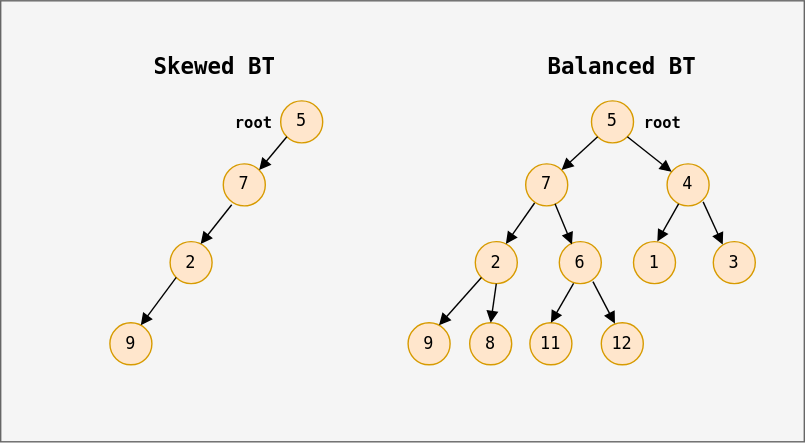
datkumar/code-journal keeps this draw.io diagram as public/diagrams/skew-n-balanced-bt.svg. Above is the earlier version. Source tidied: cells renumbered, new cells last; positions are measured from the earlier drawing's top-left corner, leaving out a move shared by most shapes. The source it was exported from:
```xml
<mxGraphModel>
  <root>
    <mxCell id="0" />
    <mxCell id="1" parent="0" />
    <mxCell id="2" style="rounded=0;whiteSpace=wrap;html=1;fillColor=#f5f5f5;fontColor=#000000;strokeColor=#666666;fontFamily=monospace;" parent="1" vertex="1">
      <mxGeometry width="574" height="315" as="geometry" />
    </mxCell>
    <mxCell id="3" value="5" style="ellipse;whiteSpace=wrap;html=1;fillColor=#ffe6cc;strokeColor=#d79b00;fontFamily=monospace;fontColor=#000000;" parent="1" vertex="1">
      <mxGeometry x="200" y="71.5" width="30" height="30" as="geometry" />
    </mxCell>
    <mxCell id="4" value="7" style="ellipse;whiteSpace=wrap;html=1;fillColor=#ffe6cc;strokeColor=#d79b00;fontFamily=monospace;fontColor=#000000;" parent="1" vertex="1">
      <mxGeometry x="159" y="116.5" width="30" height="30" as="geometry" />
    </mxCell>
    <mxCell id="5" value="9" style="ellipse;whiteSpace=wrap;html=1;fillColor=#ffe6cc;strokeColor=#d79b00;fontFamily=monospace;fontColor=#000000;" parent="1" vertex="1">
      <mxGeometry x="78" y="230" width="30" height="30" as="geometry" />
    </mxCell>
    <mxCell id="6" value="2" style="ellipse;whiteSpace=wrap;html=1;fillColor=#ffe6cc;strokeColor=#d79b00;fontFamily=monospace;fontColor=#000000;" parent="1" vertex="1">
      <mxGeometry x="121" y="172" width="30" height="30" as="geometry" />
    </mxCell>
    <mxCell id="7" style="endArrow=block;html=1;rounded=0;exitX=0;exitY=1;exitDx=0;exitDy=0;entryX=1;entryY=0;entryDx=0;entryDy=0;endFill=1;strokeColor=light-dark(#000000,#000000);startFill=0;fontFamily=monospace;fontColor=#000000;" parent="1" edge="1" source="3" target="4">
      <mxGeometry relative="1" as="geometry" />
    </mxCell>
    <mxCell id="8" style="endArrow=block;html=1;rounded=0;exitX=0;exitY=1;exitDx=0;exitDy=0;entryX=0.735;entryY=0.06;entryDx=0;entryDy=0;entryPerimeter=0;endFill=1;strokeColor=light-dark(#000000,#000000);startFill=0;fontFamily=monospace;fontColor=#000000;" parent="1" edge="1" source="6" target="5">
      <mxGeometry relative="1" as="geometry" />
    </mxCell>
    <mxCell id="9" style="endArrow=block;html=1;rounded=0;exitX=0.2;exitY=0.973;exitDx=0;exitDy=0;entryX=0.728;entryY=0.056;entryDx=0;entryDy=0;entryPerimeter=0;endFill=1;strokeColor=light-dark(#000000,#000000);startFill=0;exitPerimeter=0;fontFamily=monospace;fontColor=#000000;" parent="1" edge="1" source="4" target="6">
      <mxGeometry relative="1" as="geometry" />
    </mxCell>
    <mxCell id="10" value="Skewed BT" style="text;html=1;align=center;verticalAlign=middle;whiteSpace=wrap;rounded=0;fontFamily=monospace;fontSize=16;fontStyle=1;fontColor=#000000;" parent="1" vertex="1">
      <mxGeometry x="93" y="32" width="120.5" height="30" as="geometry" />
    </mxCell>
    <mxCell id="11" value="root" style="text;html=1;align=center;verticalAlign=middle;whiteSpace=wrap;rounded=0;fontFamily=monospace;fontSize=11;fontStyle=1;fontColor=#000000;" parent="1" vertex="1">
      <mxGeometry x="165" y="77" width="32" height="19" as="geometry" />
    </mxCell>
    <mxCell id="12" value="5" style="ellipse;whiteSpace=wrap;html=1;fillColor=#ffe6cc;strokeColor=#d79b00;fontFamily=monospace;fontColor=#000000;" parent="1" vertex="1">
      <mxGeometry x="422" y="71.5" width="30" height="30" as="geometry" />
    </mxCell>
    <mxCell id="13" value="7" style="ellipse;whiteSpace=wrap;html=1;fillColor=#ffe6cc;strokeColor=#d79b00;fontFamily=monospace;fontColor=#000000;" parent="1" vertex="1">
      <mxGeometry x="375" y="116.5" width="30" height="30" as="geometry" />
    </mxCell>
    <mxCell id="14" value="9" style="ellipse;whiteSpace=wrap;html=1;fillColor=#ffe6cc;strokeColor=#d79b00;fontFamily=monospace;fontColor=#000000;" parent="1" vertex="1">
      <mxGeometry x="291" y="230" width="30" height="30" as="geometry" />
    </mxCell>
    <mxCell id="15" value="2" style="ellipse;whiteSpace=wrap;html=1;fillColor=#ffe6cc;strokeColor=#d79b00;fontFamily=monospace;fontColor=#000000;" parent="1" vertex="1">
      <mxGeometry x="339" y="172" width="30" height="30" as="geometry" />
    </mxCell>
    <mxCell id="16" style="endArrow=block;html=1;rounded=0;exitX=0;exitY=1;exitDx=0;exitDy=0;entryX=1;entryY=0;entryDx=0;entryDy=0;endFill=1;strokeColor=light-dark(#000000,#000000);startFill=0;fontFamily=monospace;fontColor=#000000;" parent="1" edge="1" source="12" target="13">
      <mxGeometry relative="1" as="geometry" />
    </mxCell>
    <mxCell id="17" style="endArrow=block;html=1;rounded=0;exitX=0;exitY=1;exitDx=0;exitDy=0;entryX=0.735;entryY=0.06;entryDx=0;entryDy=0;entryPerimeter=0;endFill=1;strokeColor=light-dark(#000000,#000000);startFill=0;fontFamily=monospace;fontColor=#000000;" parent="1" edge="1" source="15" target="14">
      <mxGeometry relative="1" as="geometry" />
    </mxCell>
    <mxCell id="18" style="endArrow=block;html=1;rounded=0;exitX=0.212;exitY=0.931;exitDx=0;exitDy=0;entryX=0.728;entryY=0.056;entryDx=0;entryDy=0;entryPerimeter=0;endFill=1;strokeColor=light-dark(#000000,#000000);startFill=0;exitPerimeter=0;fontFamily=monospace;fontColor=#000000;" parent="1" edge="1" source="13" target="15">
      <mxGeometry relative="1" as="geometry" />
    </mxCell>
    <mxCell id="19" value="root" style="text;html=1;align=center;verticalAlign=middle;whiteSpace=wrap;rounded=0;fontFamily=monospace;fontSize=11;fontStyle=1;fontColor=#000000;" parent="1" vertex="1">
      <mxGeometry x="457" y="77" width="32" height="19" as="geometry" />
    </mxCell>
    <mxCell id="20" value="4" style="ellipse;whiteSpace=wrap;html=1;fillColor=#ffe6cc;strokeColor=#d79b00;fontFamily=monospace;fontColor=#000000;" parent="1" vertex="1">
      <mxGeometry x="476" y="116.5" width="30" height="30" as="geometry" />
    </mxCell>
    <mxCell id="21" style="endArrow=block;html=1;rounded=0;exitX=1;exitY=1;exitDx=0;exitDy=0;endFill=1;strokeColor=light-dark(#000000,#000000);startFill=0;fontFamily=monospace;fontColor=#000000;" parent="1" edge="1" source="12" target="20">
      <mxGeometry relative="1" as="geometry" />
    </mxCell>
    <mxCell id="22" value="6" style="ellipse;whiteSpace=wrap;html=1;fillColor=#ffe6cc;strokeColor=#d79b00;fontFamily=monospace;fontColor=#000000;" parent="1" vertex="1">
      <mxGeometry x="399" y="172" width="30" height="30" as="geometry" />
    </mxCell>
    <mxCell id="23" style="endArrow=block;html=1;rounded=0;exitX=0.698;exitY=0.95;exitDx=0;exitDy=0;endFill=1;strokeColor=light-dark(#000000,#000000);startFill=0;fontFamily=monospace;fontColor=#000000;entryX=0.302;entryY=0.067;entryDx=0;entryDy=0;entryPerimeter=0;exitPerimeter=0;" parent="1" edge="1" source="13" target="22">
      <mxGeometry relative="1" as="geometry" />
    </mxCell>
    <mxCell id="24" value="1" style="ellipse;whiteSpace=wrap;html=1;fillColor=#ffe6cc;strokeColor=#d79b00;fontFamily=monospace;fontColor=#000000;" parent="1" vertex="1">
      <mxGeometry x="452" y="172" width="30" height="30" as="geometry" />
    </mxCell>
    <mxCell id="25" value="8" style="ellipse;whiteSpace=wrap;html=1;fillColor=#ffe6cc;strokeColor=#d79b00;fontFamily=monospace;fontColor=#000000;" parent="1" vertex="1">
      <mxGeometry x="335" y="230" width="30" height="30" as="geometry" />
    </mxCell>
    <mxCell id="26" style="endArrow=block;html=1;rounded=0;exitX=0.5;exitY=1;exitDx=0;exitDy=0;endFill=1;strokeColor=light-dark(#000000,#000000);startFill=0;fontFamily=monospace;fontColor=#000000;entryX=0.5;entryY=0;entryDx=0;entryDy=0;" parent="1" edge="1" source="15" target="25">
      <mxGeometry relative="1" as="geometry" />
    </mxCell>
    <mxCell id="27" value="3" style="ellipse;whiteSpace=wrap;html=1;fillColor=#ffe6cc;strokeColor=#d79b00;fontFamily=monospace;fontColor=#000000;" parent="1" vertex="1">
      <mxGeometry x="509" y="172" width="30" height="30" as="geometry" />
    </mxCell>
    <mxCell id="28" style="endArrow=block;html=1;rounded=0;exitX=0.274;exitY=0.952;exitDx=0;exitDy=0;entryX=0.567;entryY=0;entryDx=0;entryDy=0;entryPerimeter=0;endFill=1;strokeColor=light-dark(#000000,#000000);startFill=0;exitPerimeter=0;fontFamily=monospace;fontColor=#000000;" parent="1" edge="1" source="20" target="24">
      <mxGeometry relative="1" as="geometry" />
    </mxCell>
    <mxCell id="29" style="endArrow=block;html=1;rounded=0;exitX=0.858;exitY=0.904;exitDx=0;exitDy=0;endFill=1;strokeColor=light-dark(#000000,#000000);startFill=0;fontFamily=monospace;fontColor=#000000;entryX=0.225;entryY=0.072;entryDx=0;entryDy=0;entryPerimeter=0;exitPerimeter=0;" parent="1" edge="1" source="20" target="27">
      <mxGeometry relative="1" as="geometry" />
    </mxCell>
    <mxCell id="30" value="11" style="ellipse;whiteSpace=wrap;html=1;fillColor=#ffe6cc;strokeColor=#d79b00;fontFamily=monospace;fontColor=#000000;" parent="1" vertex="1">
      <mxGeometry x="378" y="230" width="30" height="30" as="geometry" />
    </mxCell>
    <mxCell id="31" value="12" style="ellipse;whiteSpace=wrap;html=1;fillColor=#ffe6cc;strokeColor=#d79b00;fontFamily=monospace;fontColor=#000000;" parent="1" vertex="1">
      <mxGeometry x="429" y="230" width="30" height="30" as="geometry" />
    </mxCell>
    <mxCell id="32" style="endArrow=block;html=1;rounded=0;exitX=0.34;exitY=0.993;exitDx=0;exitDy=0;entryX=0.5;entryY=0;entryDx=0;entryDy=0;endFill=1;strokeColor=light-dark(#000000,#000000);startFill=0;exitPerimeter=0;fontFamily=monospace;fontColor=#000000;" parent="1" edge="1" source="22" target="30">
      <mxGeometry relative="1" as="geometry" />
    </mxCell>
    <mxCell id="33" style="endArrow=block;html=1;rounded=0;exitX=0.801;exitY=0.953;exitDx=0;exitDy=0;endFill=1;strokeColor=light-dark(#000000,#000000);startFill=0;fontFamily=monospace;fontColor=#000000;entryX=0.325;entryY=0.02;entryDx=0;entryDy=0;entryPerimeter=0;exitPerimeter=0;" parent="1" edge="1" source="22" target="31">
      <mxGeometry relative="1" as="geometry" />
    </mxCell>
    <mxCell id="34" value="Balanced BT" style="text;html=1;align=center;verticalAlign=middle;whiteSpace=wrap;rounded=0;fontFamily=monospace;fontSize=16;fontStyle=1;fontColor=#000000;" parent="1" vertex="1">
      <mxGeometry x="383.8" y="32" width="120.5" height="30" as="geometry" />
    </mxCell>
  </root>
</mxGraphModel>
```
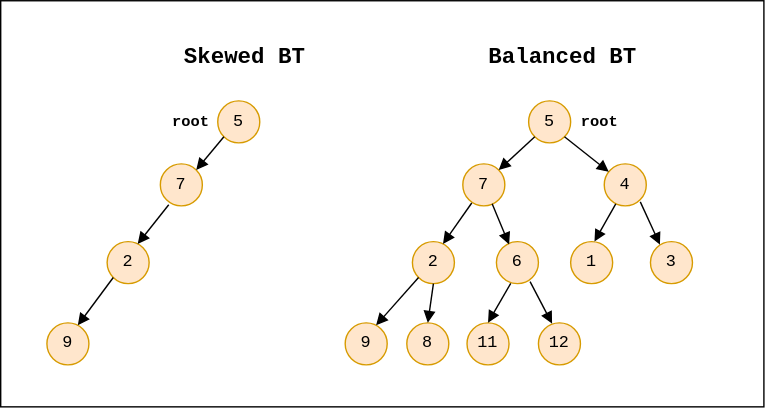
The same file after the commit.

The edit, as a diff of the source:
```diff
@@ -2,8 +2,8 @@
   <root>
     <mxCell id="0" />
     <mxCell id="1" parent="0" />
-    <mxCell id="2" style="rounded=0;whiteSpace=wrap;html=1;fillColor=#f5f5f5;fontColor=#000000;strokeColor=#666666;fontFamily=monospace;" parent="1" vertex="1">
-      <mxGeometry width="574" height="315" as="geometry" />
+    <mxCell id="2" style="rounded=0;whiteSpace=wrap;html=1;fillColor=light-dark(#FFFFFF,#FFFFFF);fontColor=#000000;strokeColor=light-dark(#000000,#000000);fontFamily=monospace;fillStyle=solid;" parent="1" vertex="1">
+      <mxGeometry x="45" width="545" height="290" as="geometry" />
     </mxCell>
     <mxCell id="3" value="5" style="ellipse;whiteSpace=wrap;html=1;fillColor=#ffe6cc;strokeColor=#d79b00;fontFamily=monospace;fontColor=#000000;" parent="1" vertex="1">
       <mxGeometry x="200" y="71.5" width="30" height="30" as="geometry" />
@@ -27,7 +27,7 @@
       <mxGeometry relative="1" as="geometry" />
     </mxCell>
     <mxCell id="10" value="Skewed BT" style="text;html=1;align=center;verticalAlign=middle;whiteSpace=wrap;rounded=0;fontFamily=monospace;fontSize=16;fontStyle=1;fontColor=#000000;" parent="1" vertex="1">
-      <mxGeometry x="93" y="32" width="120.5" height="30" as="geometry" />
+      <mxGeometry x="159" y="26" width="120.5" height="30" as="geometry" />
     </mxCell>
     <mxCell id="11" value="root" style="text;html=1;align=center;verticalAlign=middle;whiteSpace=wrap;rounded=0;fontFamily=monospace;fontSize=11;fontStyle=1;fontColor=#000000;" parent="1" vertex="1">
       <mxGeometry x="165" y="77" width="32" height="19" as="geometry" />
@@ -99,7 +99,7 @@
       <mxGeometry relative="1" as="geometry" />
     </mxCell>
     <mxCell id="34" value="Balanced BT" style="text;html=1;align=center;verticalAlign=middle;whiteSpace=wrap;rounded=0;fontFamily=monospace;fontSize=16;fontStyle=1;fontColor=#000000;" parent="1" vertex="1">
-      <mxGeometry x="383.8" y="32" width="120.5" height="30" as="geometry" />
+      <mxGeometry x="385.5" y="26" width="120.5" height="30" as="geometry" />
     </mxCell>
   </root>
 </mxGraphModel>
```
